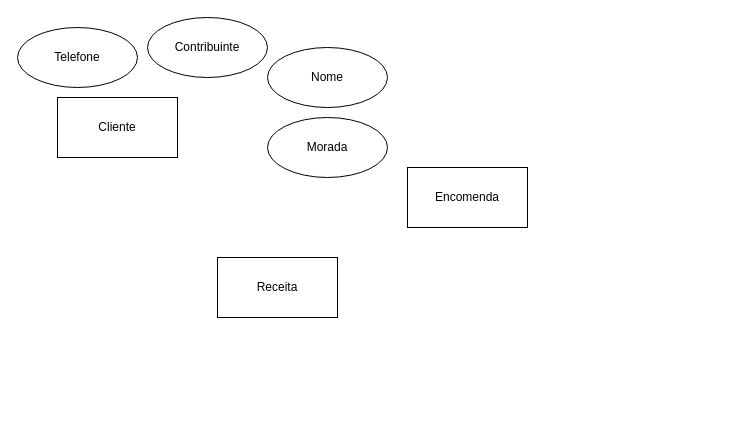
Earlier version of the draw.io diagram pratica3.drawio (joaoabreu1/flowcharts). Source tidied: cells renumbered, new cells numbered last; positions are measured from the earlier drawing's top-left corner, leaving out a move shared by most shapes. Both pictures are drawn from the tidied source at 100%, with x=0, y=0 at pixel (17, 17).
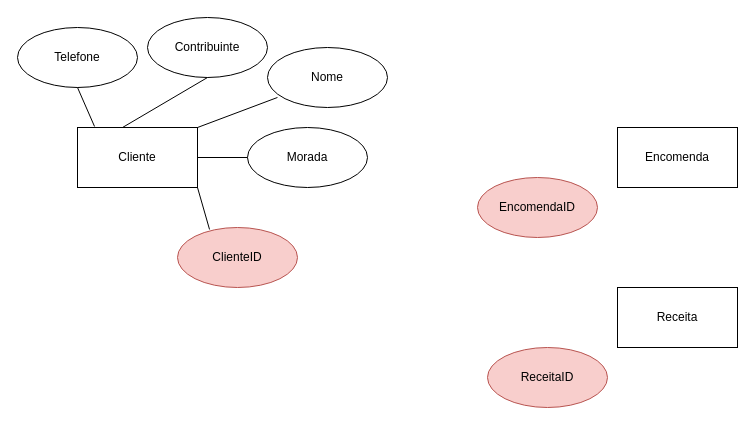
Above is the later version.

What changed in the source:
```diff
@@
 <mxGraphModel>
   <root>
     <mxCell id="0" />
     <mxCell id="1" parent="0" />
     <mxCell id="2" value="Cliente" style="rounded=0;whiteSpace=wrap;html=1;" parent="1" vertex="1">
-      <mxGeometry x="40" y="80" width="120" height="60" as="geometry" />
+      <mxGeometry x="60" y="110" width="120" height="60" as="geometry" />
     </mxCell>
     <mxCell id="3" value="Encomenda" style="rounded=0;whiteSpace=wrap;html=1;" parent="1" vertex="1">
-      <mxGeometry x="390" y="150" width="120" height="60" as="geometry" />
+      <mxGeometry x="600" y="110" width="120" height="60" as="geometry" />
     </mxCell>
     <mxCell id="4" value="Receita" style="rounded=0;whiteSpace=wrap;html=1;" parent="1" vertex="1">
-      <mxGeometry x="200" y="240" width="120" height="60" as="geometry" />
+      <mxGeometry x="600" y="270" width="120" height="60" as="geometry" />
     </mxCell>
     <mxCell id="5" value="Nome" style="ellipse;whiteSpace=wrap;html=1;" parent="1" vertex="1">
       <mxGeometry x="250" y="30" width="120" height="60" as="geometry" />
     </mxCell>
     <mxCell id="6" value="Morada" style="ellipse;whiteSpace=wrap;html=1;" parent="1" vertex="1">
-      <mxGeometry x="250" y="100" width="120" height="60" as="geometry" />
+      <mxGeometry x="230" y="110" width="120" height="60" as="geometry" />
     </mxCell>
     <mxCell id="7" value="Telefone" style="ellipse;whiteSpace=wrap;html=1;" parent="1" vertex="1">
       <mxGeometry y="10" width="120" height="60" as="geometry" />
     </mxCell>
     <mxCell id="8" value="Contribuinte" style="ellipse;whiteSpace=wrap;html=1;" parent="1" vertex="1">
       <mxGeometry x="130" width="120" height="60" as="geometry" />
     </mxCell>
+    <mxCell id="9" value="ClienteID" style="ellipse;whiteSpace=wrap;html=1;fillColor=#f8cecc;strokeColor=#b85450;" parent="1" vertex="1">
+      <mxGeometry x="160" y="210" width="120" height="60" as="geometry" />
+    </mxCell>
+    <mxCell id="10" value="EncomendaID" style="ellipse;whiteSpace=wrap;html=1;fillColor=#f8cecc;strokeColor=#b85450;" parent="1" vertex="1">
+      <mxGeometry x="460" y="160" width="120" height="60" as="geometry" />
+    </mxCell>
+    <mxCell id="11" value="ReceitaID" style="ellipse;whiteSpace=wrap;html=1;fillColor=#f8cecc;strokeColor=#b85450;" parent="1" vertex="1">
+      <mxGeometry x="470" y="330" width="120" height="60" as="geometry" />
+    </mxCell>
+    <mxCell id="12" style="endArrow=none;html=1;rounded=0;exitX=0.5;exitY=1;exitDx=0;exitDy=0;entryX=0.142;entryY=-0.017;entryDx=0;entryDy=0;entryPerimeter=0;" parent="1" edge="1" source="7" target="2">
+      <mxGeometry relative="1" as="geometry" />
+    </mxCell>
+    <mxCell id="13" style="endArrow=none;html=1;rounded=0;exitX=0.5;exitY=1;exitDx=0;exitDy=0;entryX=0.375;entryY=0;entryDx=0;entryDy=0;entryPerimeter=0;" parent="1" edge="1" source="8" target="2">
+      <mxGeometry relative="1" as="geometry" />
+    </mxCell>
+    <mxCell id="14" style="endArrow=none;html=1;rounded=0;exitX=0.083;exitY=0.833;exitDx=0;exitDy=0;entryX=1;entryY=0;entryDx=0;entryDy=0;exitPerimeter=0;" parent="1" edge="1" source="5" target="2">
+      <mxGeometry relative="1" as="geometry" />
+    </mxCell>
+    <mxCell id="15" style="endArrow=none;html=1;rounded=0;exitX=0;exitY=0.5;exitDx=0;exitDy=0;entryX=1;entryY=0.5;entryDx=0;entryDy=0;" parent="1" edge="1" source="6" target="2">
+      <mxGeometry relative="1" as="geometry" />
+    </mxCell>
+    <mxCell id="16" style="endArrow=none;html=1;rounded=0;exitX=0.267;exitY=0.033;exitDx=0;exitDy=0;entryX=1;entryY=1;entryDx=0;entryDy=0;exitPerimeter=0;" parent="1" edge="1" source="9" target="2">
+      <mxGeometry relative="1" as="geometry" />
+    </mxCell>
   </root>
 </mxGraphModel>
```
